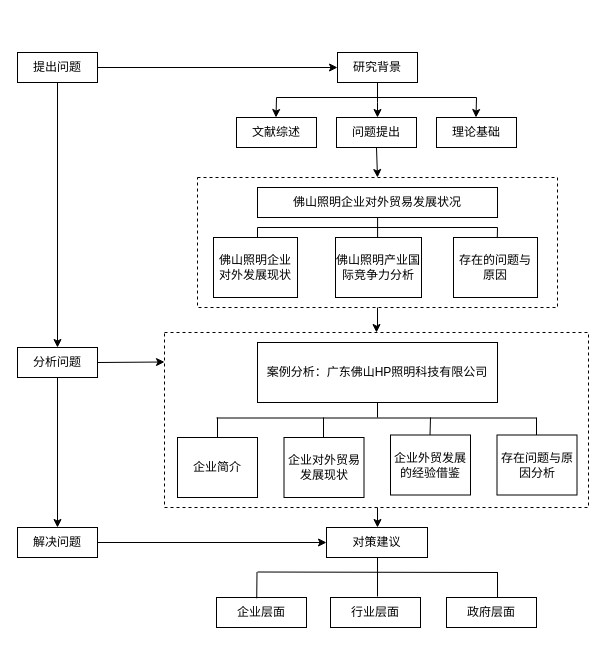
The draw.io diagram 技术路线图.drawio in dinkdinkdink/dissertation, before the edit. Source tidied: cells renumbered, new cells numbered last; positions are measured from the earlier drawing's top-left corner, leaving out a move shared by most shapes. Both pictures are drawn from the tidied source at 100%, with x=0, y=0 at pixel (17, 52).
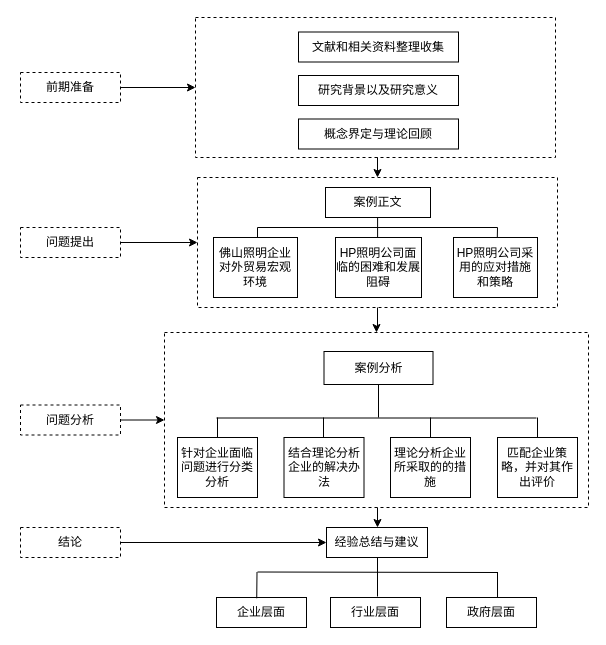
The same diagram, later.

Commit message:
Update 技术路线图2.drawio

Unchanged cells that the change refers to:
```xml
<mxCell id="2" style="rounded=0;whiteSpace=wrap;html=1;fontFamily=Helvetica;fillColor=none;dashed=1;" parent="1" vertex="1">
  <mxGeometry x="180" y="125" width="360" height="130" as="geometry" />
</mxCell>
```

Change to the diagram source:
```diff
@@
+    <mxCell id="3" style="rounded=0;whiteSpace=wrap;html=1;dashed=1;fillColor=none;fontFamily=Helvetica;" parent="1" vertex="1">
+      <mxGeometry x="147" y="280" width="424" height="175" as="geometry" />
+    </mxCell>
@@
-    <mxCell id="3" style="rounded=0;whiteSpace=wrap;html=1;dashed=1;fillColor=none;fontFamily=Helvetica;" parent="1" vertex="1">
-      <mxGeometry x="147" y="280" width="424" height="175" as="geometry" />
-    </mxCell>
-    <mxCell id="4" style="edgeStyle=orthogonalEdgeStyle;rounded=0;jettySize=auto;html=1;fontFamily=Helvetica;entryX=0.5;entryY=0;entryDx=0;entryDy=0;" parent="1" edge="1" source="5" target="24">
-      <mxGeometry relative="1" as="geometry" />
-    </mxCell>
-    <mxCell id="5" value="提出问题" style="rounded=0;whiteSpace=wrap;html=1;fontFamily=Helvetica;" parent="1" vertex="1">
-      <mxGeometry width="80" height="30" as="geometry" />
-    </mxCell>
-    <mxCell id="6" style="edgeStyle=orthogonalEdgeStyle;rounded=0;jettySize=auto;html=1;fontFamily=Helvetica;" parent="1" edge="1" source="7">
-      <mxGeometry relative="1" as="geometry">
-        <mxPoint x="360" y="65" as="targetPoint" />
-      </mxGeometry>
-    </mxCell>
-    <mxCell id="7" value="研究背景" style="rounded=0;whiteSpace=wrap;html=1;fontFamily=Helvetica;" parent="1" vertex="1">
-      <mxGeometry x="320" width="80" height="30" as="geometry" />
-    </mxCell>
-    <mxCell id="8" value="问题提出" style="rounded=0;whiteSpace=wrap;html=1;fontFamily=Helvetica;" parent="1" vertex="1">
-      <mxGeometry x="319" y="65" width="80" height="30" as="geometry" />
-    </mxCell>
-    <mxCell id="9" value="文献综述" style="rounded=0;whiteSpace=wrap;html=1;fontFamily=Helvetica;" parent="1" vertex="1">
-      <mxGeometry x="219" y="65" width="80" height="30" as="geometry" />
-    </mxCell>
-    <mxCell id="10" value="理论基础" style="rounded=0;whiteSpace=wrap;html=1;fontFamily=Helvetica;" parent="1" vertex="1">
-      <mxGeometry x="419" y="65" width="80" height="30" as="geometry" />
-    </mxCell>
-    <mxCell id="11" value="佛山照明企业对外贸易发展状况" style="rounded=0;whiteSpace=wrap;html=1;fontFamily=Helvetica;" parent="1" vertex="1">
-      <mxGeometry x="240" y="135" width="240" height="30" as="geometry" />
+    <mxCell id="11" value="案例正文" style="rounded=0;whiteSpace=wrap;html=1;fontFamily=Helvetica;" parent="1" vertex="1">
+      <mxGeometry x="308" y="135" width="105" height="30" as="geometry" />
     </mxCell>
-    <mxCell id="12" value="佛山照明企业对外发展现状" style="rounded=0;whiteSpace=wrap;html=1;fontFamily=Helvetica;" parent="1" vertex="1">
+    <mxCell id="12" value="佛山照明企业对外贸易宏观环境" style="rounded=0;whiteSpace=wrap;html=1;fontFamily=Helvetica;" parent="1" vertex="1">
       <mxGeometry x="196" y="185" width="84" height="60" as="geometry" />
     </mxCell>
-    <mxCell id="13" value="存在的问题与原因" style="rounded=0;whiteSpace=wrap;html=1;fontFamily=Helvetica;" parent="1" vertex="1">
+    <mxCell id="13" value="HP照明公司采用的应对措施和策略" style="rounded=0;whiteSpace=wrap;html=1;fontFamily=Helvetica;" parent="1" vertex="1">
       <mxGeometry x="436" y="185" width="84" height="60" as="geometry" />
     </mxCell>
-    <mxCell id="14" value="佛山照明产业国际竞争力分析" style="rounded=0;whiteSpace=wrap;html=1;fontFamily=Helvetica;" parent="1" vertex="1">
+    <mxCell id="14" value="HP照明公司面临的困难和发展阻碍" style="rounded=0;whiteSpace=wrap;html=1;fontFamily=Helvetica;" parent="1" vertex="1">
       <mxGeometry x="318" y="185" width="86" height="60" as="geometry" />
     </mxCell>
-    <mxCell id="15" value="解决问题" style="rounded=0;whiteSpace=wrap;html=1;fontFamily=Helvetica;" parent="1" vertex="1">
-      <mxGeometry y="475" width="80" height="30" as="geometry" />
-    </mxCell>
-    <mxCell id="16" value="案例分析：广东佛山HP照明科技有限公司" style="rounded=0;whiteSpace=wrap;html=1;fontFamily=Helvetica;" parent="1" vertex="1">
-      <mxGeometry x="240" y="290" width="240" height="60" as="geometry" />
+    <mxCell id="16" value="案例分析" style="rounded=0;whiteSpace=wrap;html=1;fontFamily=Helvetica;" parent="1" vertex="1">
+      <mxGeometry x="306.5" y="299" width="109" height="33" as="geometry" />
     </mxCell>
-    <mxCell id="17" value="企业简介" style="rounded=0;whiteSpace=wrap;html=1;fontFamily=Helvetica;" parent="1" vertex="1">
+    <mxCell id="17" value="针对企业面临问题进行分类分析" style="rounded=0;whiteSpace=wrap;html=1;fontFamily=Helvetica;" parent="1" vertex="1">
       <mxGeometry x="160" y="385" width="80" height="60" as="geometry" />
     </mxCell>
-    <mxCell id="18" value="企业对外贸易发展现状" style="rounded=0;whiteSpace=wrap;html=1;fontFamily=Helvetica;" parent="1" vertex="1">
+    <mxCell id="18" value="结合理论分析企业的解决办法" style="rounded=0;whiteSpace=wrap;html=1;fontFamily=Helvetica;" parent="1" vertex="1">
       <mxGeometry x="266.5" y="385" width="80" height="60" as="geometry" />
     </mxCell>
-    <mxCell id="19" value="企业外贸发展的经验借鉴" style="rounded=0;whiteSpace=wrap;html=1;fontFamily=Helvetica;" parent="1" vertex="1">
-      <mxGeometry x="373" y="382.5" width="80" height="60" as="geometry" />
+    <mxCell id="19" value="理论分析企业所采取的的措施" style="rounded=0;whiteSpace=wrap;html=1;fontFamily=Helvetica;" parent="1" vertex="1">
+      <mxGeometry x="373" y="385" width="80" height="60" as="geometry" />
     </mxCell>
-    <mxCell id="20" value="存在问题与原因分析" style="rounded=0;whiteSpace=wrap;html=1;fontFamily=Helvetica;" parent="1" vertex="1">
-      <mxGeometry x="479.5" y="382.5" width="80" height="60" as="geometry" />
+    <mxCell id="20" value="匹配企业策略，并对其作出评价" style="rounded=0;whiteSpace=wrap;html=1;fontFamily=Helvetica;" parent="1" vertex="1">
+      <mxGeometry x="480" y="385" width="80" height="60" as="geometry" />
     </mxCell>
-    <mxCell id="21" value="对策建议" style="rounded=0;whiteSpace=wrap;html=1;fontFamily=Helvetica;" parent="1" vertex="1">
+    <mxCell id="21" value="经验总结与建议" style="rounded=0;whiteSpace=wrap;html=1;fontFamily=Helvetica;" parent="1" vertex="1">
       <mxGeometry x="309" y="475" width="101" height="30" as="geometry" />
     </mxCell>
@@
-    <mxCell id="23" style="edgeStyle=orthogonalEdgeStyle;rounded=0;jettySize=auto;html=1;fontFamily=Helvetica;entryX=0.5;entryY=0;entryDx=0;entryDy=0;" parent="1" edge="1" source="24" target="15">
-      <mxGeometry relative="1" as="geometry" />
-    </mxCell>
-    <mxCell id="24" value="分析问题" style="rounded=0;whiteSpace=wrap;html=1;fontFamily=Helvetica;" parent="1" vertex="1">
-      <mxGeometry y="295" width="80" height="30" as="geometry" />
-    </mxCell>
@@
-    <mxCell id="27" style="endArrow=classic;html=1;fontFamily=Helvetica;entryX=0;entryY=0.5;entryDx=0;entryDy=0;exitX=1;exitY=0.5;exitDx=0;exitDy=0;" parent="1" edge="1" source="5" target="7">
-      <mxGeometry relative="1" as="geometry" />
-    </mxCell>
@@
-    <mxCell id="29" style="endArrow=classic;html=1;fontFamily=Helvetica;entryX=0;entryY=0.5;entryDx=0;entryDy=0;exitX=1;exitY=0.5;exitDx=0;exitDy=0;" parent="1" edge="1" source="15" target="21">
-      <mxGeometry relative="1" as="geometry" />
-    </mxCell>
-    <mxCell id="30" style="endArrow=classic;html=1;fontFamily=Helvetica;exitX=1;exitY=0.5;exitDx=0;exitDy=0;" parent="1" edge="1" source="24">
-      <mxGeometry relative="1" as="geometry">
-        <mxPoint x="147" y="309.5" as="targetPoint" />
-      </mxGeometry>
-    </mxCell>
-    <mxCell id="31" style="endArrow=none;html=1;fontFamily=Helvetica;" parent="1" edge="1">
-      <mxGeometry relative="1" as="geometry">
-        <mxPoint x="259" y="45" as="sourcePoint" />
-        <mxPoint x="459" y="45" as="targetPoint" />
-      </mxGeometry>
-    </mxCell>
-    <mxCell id="32" style="endArrow=classic;html=1;fontFamily=Helvetica;" parent="1" edge="1">
-      <mxGeometry relative="1" as="geometry">
-        <mxPoint x="259" y="45" as="sourcePoint" />
-        <mxPoint x="258.5" y="65" as="targetPoint" />
-      </mxGeometry>
-    </mxCell>
-    <mxCell id="33" style="endArrow=classic;html=1;fontFamily=Helvetica;" parent="1" edge="1">
-      <mxGeometry relative="1" as="geometry">
-        <mxPoint x="459" y="45" as="sourcePoint" />
-        <mxPoint x="458.5" y="65" as="targetPoint" />
-      </mxGeometry>
-    </mxCell>
-    <mxCell id="34" style="endArrow=classic;html=1;fontFamily=Helvetica;exitX=0.5;exitY=1;exitDx=0;exitDy=0;entryX=0.5;entryY=0;entryDx=0;entryDy=0;" parent="1" edge="1" source="8" target="2">
-      <mxGeometry relative="1" as="geometry" />
-    </mxCell>
@@
-    <mxCell id="40" style="endArrow=none;html=1;fontFamily=Helvetica;" parent="1" edge="1">
+    <mxCell id="40" style="endArrow=none;html=1;fontFamily=Helvetica;entryX=0.5;entryY=1;entryDx=0;entryDy=0;" parent="1" edge="1" target="16">
       <mxGeometry relative="1" as="geometry">
-        <mxPoint x="360" y="365" as="sourcePoint" />
-        <mxPoint x="360" y="350" as="targetPoint" />
+        <mxPoint x="361" y="365" as="sourcePoint" />
       </mxGeometry>
     </mxCell>
@@
-    <mxCell id="43" style="endArrow=none;html=1;fontFamily=Helvetica;" parent="1" edge="1">
+    <mxCell id="43" style="endArrow=none;html=1;fontFamily=Helvetica;exitX=0.5;exitY=0;exitDx=0;exitDy=0;" parent="1" edge="1" source="19">
       <mxGeometry relative="1" as="geometry">
-        <mxPoint x="412.5" y="382.5" as="sourcePoint" />
         <mxPoint x="413" y="365" as="targetPoint" />
       </mxGeometry>
     </mxCell>
-    <mxCell id="44" style="endArrow=none;html=1;fontFamily=Helvetica;" parent="1" edge="1">
-      <mxGeometry relative="1" as="geometry">
-        <mxPoint x="519" y="382.5" as="sourcePoint" />
-        <mxPoint x="519" y="365" as="targetPoint" />
-      </mxGeometry>
-    </mxCell>
@@
+    <mxCell id="50" value="文献和相关资料整理收集" style="rounded=0;whiteSpace=wrap;html=1;" parent="1" vertex="1">
+      <mxGeometry x="281" y="-20.5" width="160" height="30" as="geometry" />
+    </mxCell>
+    <mxCell id="51" value="研究背景以及研究意义" style="rounded=0;whiteSpace=wrap;html=1;" parent="1" vertex="1">
+      <mxGeometry x="281" y="23" width="160" height="30" as="geometry" />
+    </mxCell>
+    <mxCell id="52" value="概念界定与理论回顾" style="rounded=0;whiteSpace=wrap;html=1;" parent="1" vertex="1">
+      <mxGeometry x="281" y="66.5" width="160" height="30" as="geometry" />
+    </mxCell>
+    <mxCell id="53" style="edgeStyle=orthogonalEdgeStyle;rounded=0;jettySize=auto;html=1;exitX=0.5;exitY=1;exitDx=0;exitDy=0;entryX=0.5;entryY=0;entryDx=0;entryDy=0;" parent="1" edge="1" source="54" target="2">
+      <mxGeometry relative="1" as="geometry" />
+    </mxCell>
+    <mxCell id="54" style="rounded=0;whiteSpace=wrap;html=1;fillColor=none;dashed=1;" parent="1" vertex="1">
+      <mxGeometry x="178" y="-35" width="360" height="140" as="geometry" />
+    </mxCell>
+    <mxCell id="55" style="endArrow=none;html=1;entryX=0.5;entryY=0;entryDx=0;entryDy=0;" parent="1" edge="1" target="20">
+      <mxGeometry relative="1" as="geometry">
+        <mxPoint x="520" y="365" as="sourcePoint" />
+      </mxGeometry>
+    </mxCell>
+    <mxCell id="56" style="edgeStyle=orthogonalEdgeStyle;rounded=0;jettySize=auto;html=1;" parent="1" edge="1" source="57" target="54">
+      <mxGeometry relative="1" as="geometry" />
+    </mxCell>
+    <mxCell id="57" value="前期准备" style="rounded=0;whiteSpace=wrap;html=1;dashed=1;fillColor=none;" parent="1" vertex="1">
+      <mxGeometry x="3" y="20" width="100" height="30" as="geometry" />
+    </mxCell>
+    <mxCell id="34" style="edgeStyle=orthogonalEdgeStyle;rounded=0;jettySize=auto;html=1;" parent="1" edge="1" source="8" target="2">
+      <mxGeometry relative="1" as="geometry" />
+    </mxCell>
+    <mxCell id="8" value="问题提出" style="rounded=0;whiteSpace=wrap;html=1;dashed=1;fillColor=none;" parent="1" vertex="1">
+      <mxGeometry x="3" y="175" width="100" height="30" as="geometry" />
+    </mxCell>
+    <mxCell id="58" style="edgeStyle=orthogonalEdgeStyle;rounded=0;jettySize=auto;html=1;" parent="1" edge="1" source="59" target="3">
+      <mxGeometry relative="1" as="geometry" />
+    </mxCell>
+    <mxCell id="59" value="问题分析" style="rounded=0;whiteSpace=wrap;html=1;dashed=1;fillColor=none;" parent="1" vertex="1">
+      <mxGeometry x="3" y="352.5" width="100" height="30" as="geometry" />
+    </mxCell>
+    <mxCell id="60" style="edgeStyle=orthogonalEdgeStyle;rounded=0;jettySize=auto;html=1;entryX=0;entryY=0.5;entryDx=0;entryDy=0;" parent="1" edge="1" source="61" target="21">
+      <mxGeometry relative="1" as="geometry" />
+    </mxCell>
+    <mxCell id="61" value="结论" style="rounded=0;whiteSpace=wrap;html=1;dashed=1;fillColor=none;" parent="1" vertex="1">
+      <mxGeometry x="3" y="475" width="100" height="30" as="geometry" />
+    </mxCell>
```
